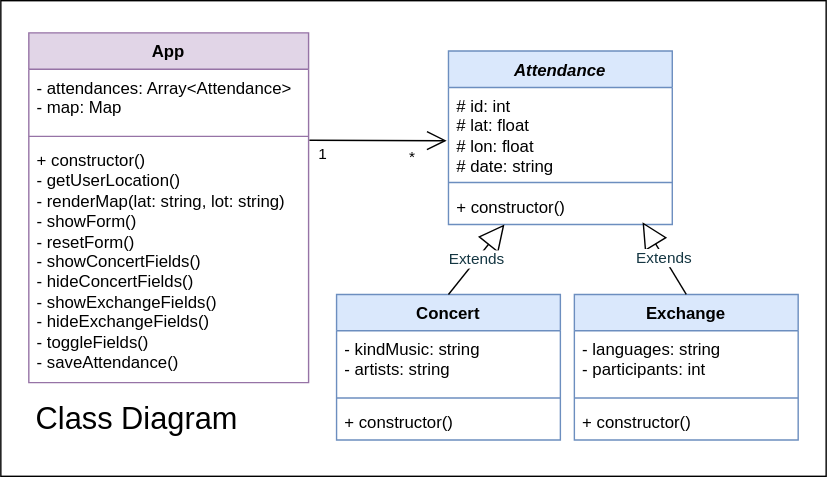
Before: class-diagram.drawio.svg, a diagram exported from draw.io (josenavarrohub/vanilla-js-eventify). Source tidied: cells renumbered, new cells last; positions are measured from the earlier drawing's top-left corner, leaving out a move shared by most shapes.
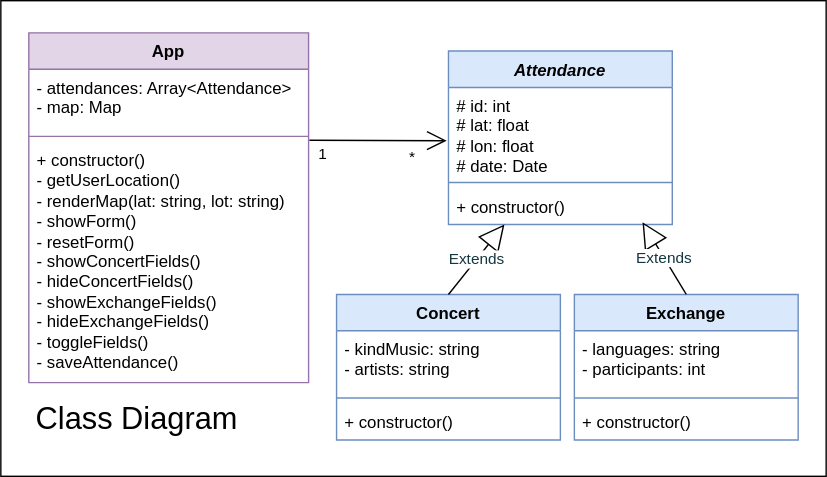
After the commit.

Change to the diagram source:
```diff
@@ -11,7 +11,7 @@
     <mxCell id="4" value="&lt;i&gt;Attendance&lt;/i&gt;" style="swimlane;fontStyle=1;align=center;verticalAlign=top;horizontal=1;startSize=26;whiteSpace=wrap;html=1;swimlaneLine=1;fillColor=#dae8fc;strokeColor=#6c8ebf;" parent="1" vertex="1">
       <mxGeometry x="320" y="36" width="160" height="124" as="geometry" />
     </mxCell>
-    <mxCell id="5" value="&lt;span id=&quot;docs-internal-guid-5c088fe4-7fff-a9e7-d3c3-fa63c1cc96f2&quot;&gt;&lt;/span&gt;&lt;span id=&quot;docs-internal-guid-5c088fe4-7fff-a9e7-d3c3-fa63c1cc96f2&quot;&gt;&lt;/span&gt;# id: int&lt;br&gt;# lat: float&lt;br&gt;# lon: float&lt;br&gt;# date: string" style="text;strokeColor=none;fillColor=none;align=left;verticalAlign=top;spacingLeft=4;spacingRight=4;overflow=hidden;points=[[0,0.5],[1,0.5]];portConstraint=eastwest;whiteSpace=wrap;html=1;" parent="4" vertex="1">
+    <mxCell id="5" value="&lt;span id=&quot;docs-internal-guid-5c088fe4-7fff-a9e7-d3c3-fa63c1cc96f2&quot;&gt;&lt;/span&gt;&lt;span id=&quot;docs-internal-guid-5c088fe4-7fff-a9e7-d3c3-fa63c1cc96f2&quot;&gt;&lt;/span&gt;# id: int&lt;br&gt;# lat: float&lt;br&gt;# lon: float&lt;br&gt;# date: Date" style="text;strokeColor=none;fillColor=none;align=left;verticalAlign=top;spacingLeft=4;spacingRight=4;overflow=hidden;points=[[0,0.5],[1,0.5]];portConstraint=eastwest;whiteSpace=wrap;html=1;" parent="4" vertex="1">
       <mxGeometry y="26" width="160" height="64" as="geometry" />
     </mxCell>
     <mxCell id="6" style="line;strokeWidth=1;fillColor=none;align=left;verticalAlign=middle;spacingTop=-1;spacingLeft=3;spacingRight=3;labelPosition=right;strokeColor=inherit;" parent="4" vertex="1">
```
